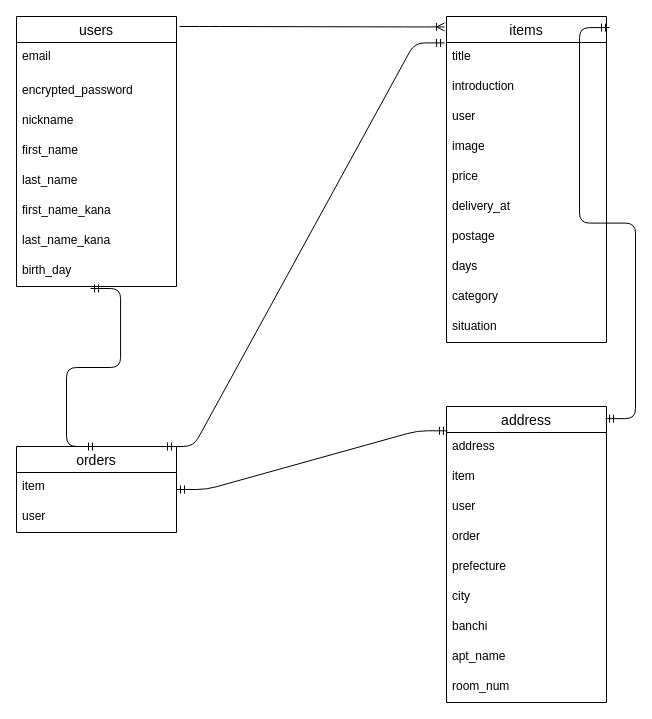
Earlier version of the draw.io diagram ER図.dio (0zone-k/furima-41745). Source tidied: cells renumbered, new cells numbered last; positions are measured from the earlier drawing's top-left corner, leaving out a move shared by most shapes. Both pictures are drawn from the tidied source at 100%, with x=0, y=0 at pixel (16, 16).
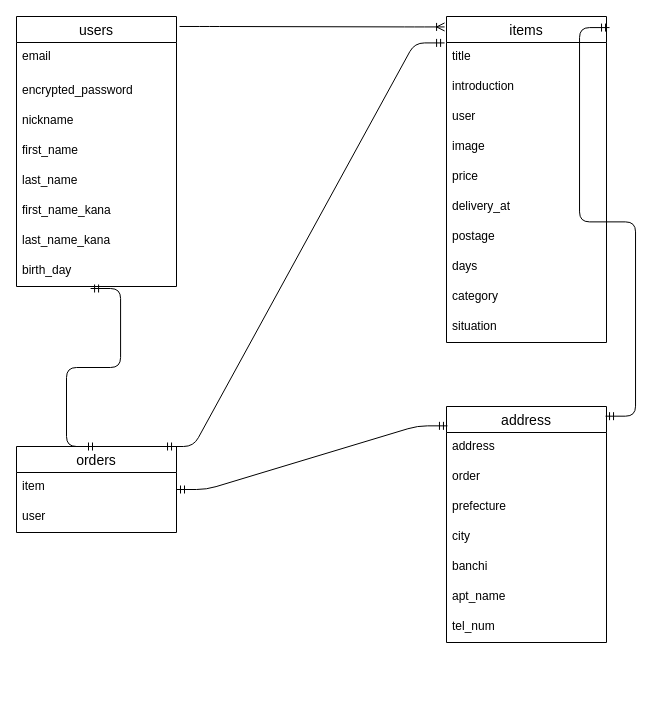
Above is the later version.

Commit message (it also covers changes not shown here):
データベース設計

Change to the diagram source:
```diff
@@
     <mxCell id="11" value="address" style="swimlane;fontStyle=0;horizontal=1;startSize=26;align=center;fontSize=14;" parent="1" vertex="1">
-      <mxGeometry x="430" y="390" width="160" height="296" as="geometry" />
+      <mxGeometry x="430" y="390" width="160" height="236" as="geometry" />
     </mxCell>
@@
-    <mxCell id="13" value="item" style="text;strokeColor=none;fillColor=none;spacingLeft=4;spacingRight=4;overflow=hidden;fontSize=12;" parent="11" vertex="1">
-      <mxGeometry y="56" width="160" height="30" as="geometry" />
-    </mxCell>
-    <mxCell id="14" value="user" style="text;strokeColor=none;fillColor=none;spacingLeft=4;spacingRight=4;overflow=hidden;fontSize=12;" parent="11" vertex="1">
-      <mxGeometry y="86" width="160" height="30" as="geometry" />
-    </mxCell>
     <mxCell id="15" value="order" style="text;strokeColor=none;fillColor=none;spacingLeft=4;spacingRight=4;overflow=hidden;fontSize=12;" parent="11" vertex="1">
-      <mxGeometry y="116" width="160" height="30" as="geometry" />
+      <mxGeometry y="56" width="160" height="30" as="geometry" />
     </mxCell>
     <mxCell id="16" value="prefecture" style="text;strokeColor=none;fillColor=none;spacingLeft=4;spacingRight=4;overflow=hidden;fontSize=12;" parent="11" vertex="1">
-      <mxGeometry y="146" width="160" height="30" as="geometry" />
+      <mxGeometry y="86" width="160" height="30" as="geometry" />
     </mxCell>
     <mxCell id="17" value="city" style="text;strokeColor=none;fillColor=none;spacingLeft=4;spacingRight=4;overflow=hidden;fontSize=12;" parent="11" vertex="1">
-      <mxGeometry y="176" width="160" height="30" as="geometry" />
+      <mxGeometry y="116" width="160" height="30" as="geometry" />
     </mxCell>
     <mxCell id="18" value="banchi" style="text;strokeColor=none;fillColor=none;spacingLeft=4;spacingRight=4;overflow=hidden;fontSize=12;" parent="11" vertex="1">
-      <mxGeometry y="206" width="160" height="30" as="geometry" />
+      <mxGeometry y="146" width="160" height="30" as="geometry" />
     </mxCell>
+    <mxCell id="40" value="apt_name" style="text;strokeColor=none;fillColor=none;spacingLeft=4;spacingRight=4;overflow=hidden;fontSize=12;" parent="11" vertex="1">
+      <mxGeometry y="176" width="160" height="30" as="geometry" />
+    </mxCell>
-    <mxCell id="19" value="apt_name" style="text;strokeColor=none;fillColor=none;spacingLeft=4;spacingRight=4;overflow=hidden;fontSize=12;" parent="11" vertex="1">
-      <mxGeometry y="236" width="160" height="30" as="geometry" />
+    <mxCell id="19" value="tel_num" style="text;strokeColor=none;fillColor=none;spacingLeft=4;spacingRight=4;overflow=hidden;fontSize=12;" parent="11" vertex="1">
+      <mxGeometry y="206" width="160" height="30" as="geometry" />
     </mxCell>
-    <mxCell id="20" value="room_num" style="text;strokeColor=none;fillColor=none;spacingLeft=4;spacingRight=4;overflow=hidden;fontSize=12;" parent="11" vertex="1">
-      <mxGeometry y="266" width="160" height="30" as="geometry" />
-    </mxCell>
```
